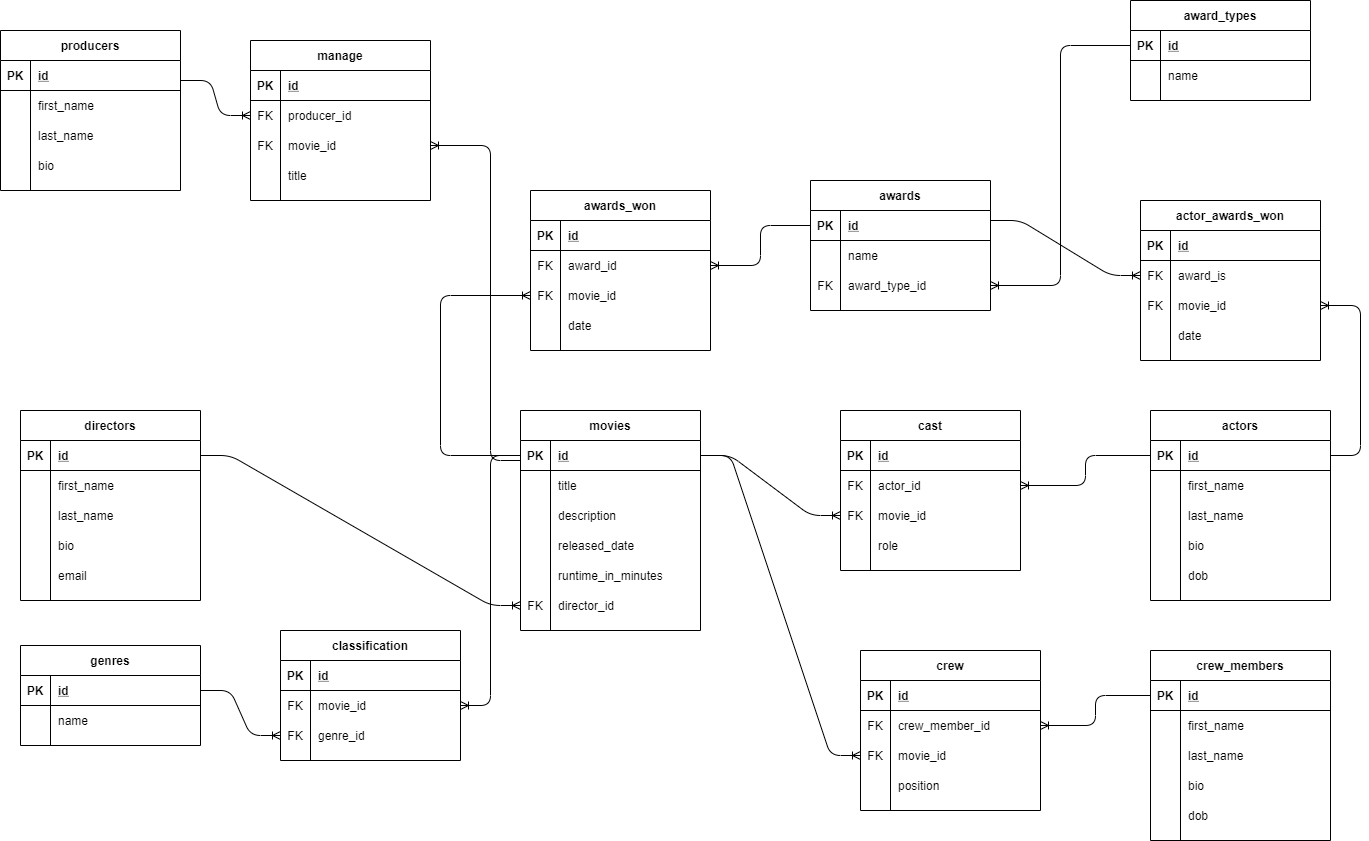
Above: images/movies_erd.png in DominicTremblay/w5d2_lecture (draw.io), before the change. Source tidied: cells renumbered, new cells last; positions are measured from the earlier drawing's top-left corner, leaving out a move shared by most shapes.
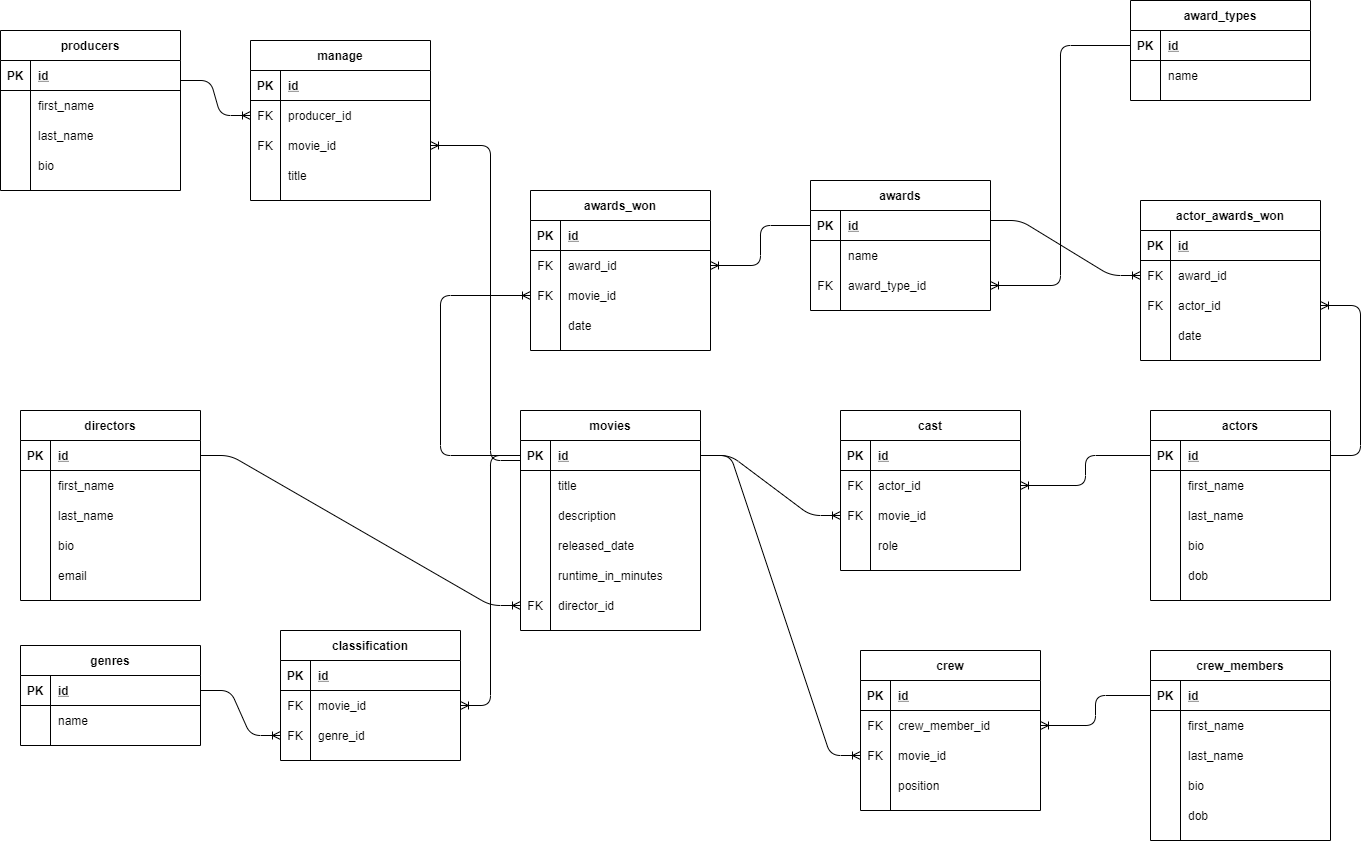
Later version of the same file.

Commit message:
modified movies erd

The edit, as a diff of the source:
```diff
@@ -475,7 +475,7 @@
     <mxCell id="157" value="FK" style="shape=partialRectangle;fillColor=none;top=0;left=0;bottom=0;right=0;overflow=hidden;" parent="156" vertex="1">
       <mxGeometry width="30" height="30" as="geometry" />
     </mxCell>
-    <mxCell id="158" value="award_is" style="shape=partialRectangle;fillColor=none;top=0;left=0;bottom=0;right=0;align=left;spacingLeft=6;overflow=hidden;" parent="156" vertex="1">
+    <mxCell id="158" value="award_id" style="shape=partialRectangle;fillColor=none;top=0;left=0;bottom=0;right=0;align=left;spacingLeft=6;overflow=hidden;" parent="156" vertex="1">
       <mxGeometry x="30" width="150" height="30" as="geometry" />
     </mxCell>
     <mxCell id="159" style="shape=partialRectangle;fillColor=none;top=0;left=0;bottom=0;right=0;points=[[0,0.5],[1,0.5]];portConstraint=eastwest;" parent="152" vertex="1">
@@ -484,7 +484,7 @@
     <mxCell id="160" value="FK" style="shape=partialRectangle;fillColor=none;top=0;left=0;bottom=0;right=0;overflow=hidden;" parent="159" vertex="1">
       <mxGeometry width="30" height="30" as="geometry" />
     </mxCell>
-    <mxCell id="161" value="movie_id" style="shape=partialRectangle;fillColor=none;top=0;left=0;bottom=0;right=0;align=left;spacingLeft=6;overflow=hidden;" parent="159" vertex="1">
+    <mxCell id="161" value="actor_id" style="shape=partialRectangle;fillColor=none;top=0;left=0;bottom=0;right=0;align=left;spacingLeft=6;overflow=hidden;" parent="159" vertex="1">
       <mxGeometry x="30" width="150" height="30" as="geometry" />
     </mxCell>
     <mxCell id="162" style="shape=partialRectangle;fillColor=none;top=0;left=0;bottom=0;right=0;" parent="152" vertex="1">
```
